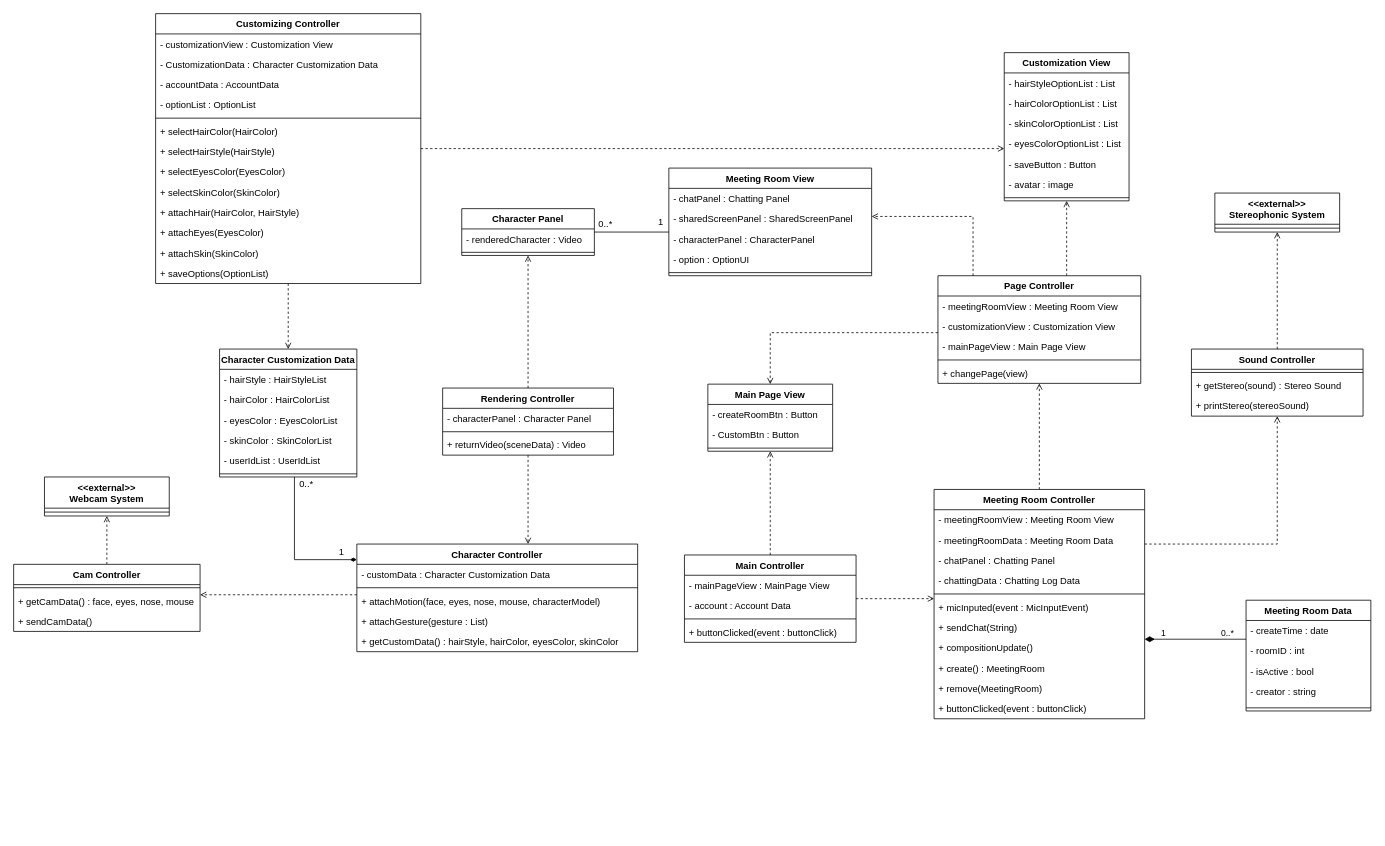
ONFFLine/Diagram keeps this draw.io diagram as Combined.drawio. Above is the earlier version. Source tidied: cells renumbered, new cells numbered last; positions are measured from the earlier drawing's top-left corner, leaving out a move shared by most shapes. Both pictures are drawn from the tidied source at 78%, with x=0, y=0 at pixel (13, 13).
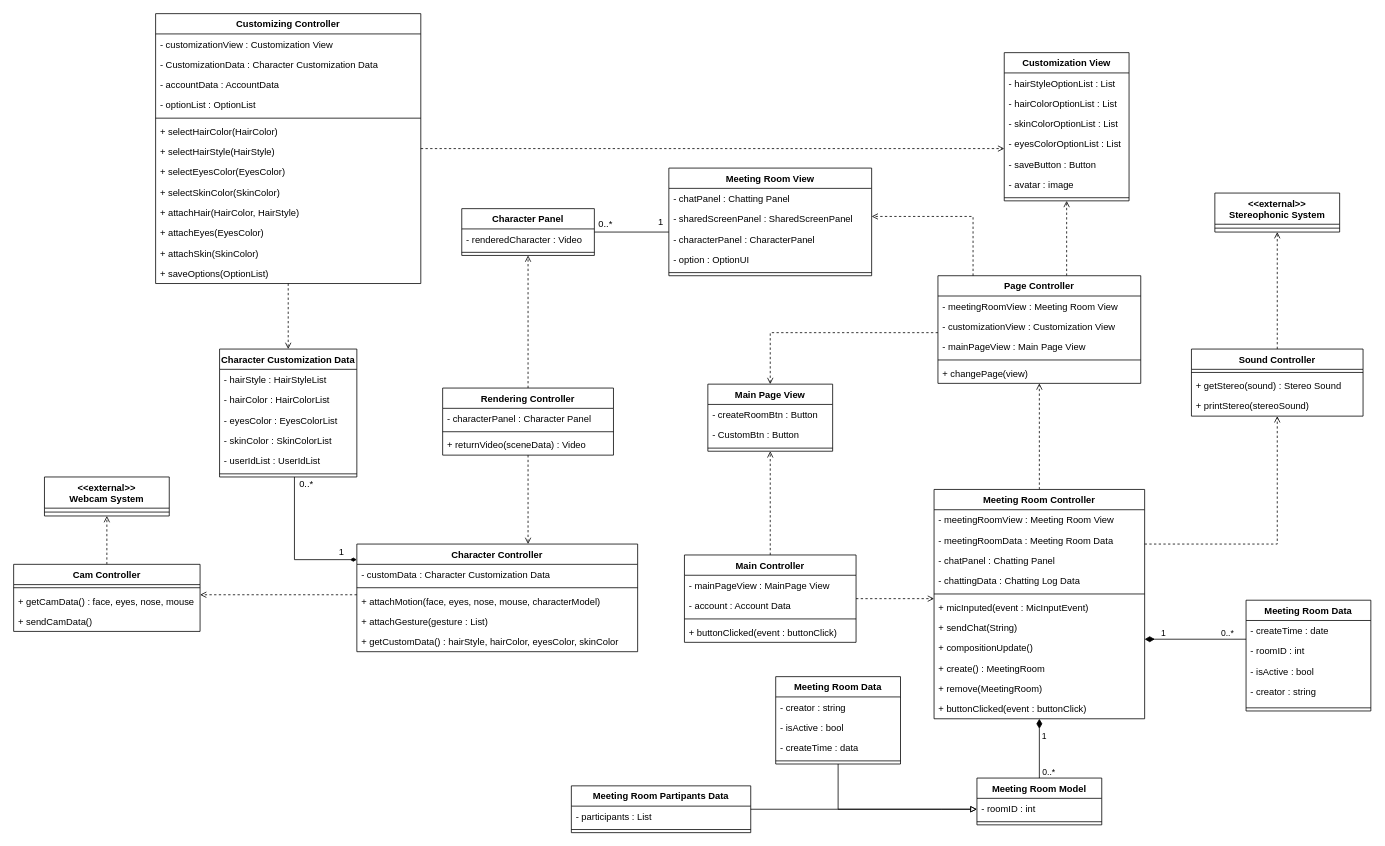
The same diagram, later.

The change refers to these unchanged cells:
```xml
<mxCell id="76" value="Meeting Room Controller" style="swimlane;fontStyle=1;align=center;verticalAlign=top;horizontal=1;startSize=26;" parent="1" vertex="1">
  <mxGeometry x="1180" y="610" width="270" height="294" as="geometry" />
</mxCell>
```

What changed in the source:
```diff
@@
+    <mxCell id="118" value="Meeting Room Model" style="swimlane;fontStyle=1;align=center;verticalAlign=top;horizontal=1;startSize=26;" parent="1" vertex="1">
+      <mxGeometry x="1235" y="980" width="160" height="60" as="geometry" />
+    </mxCell>
+    <mxCell id="119" value="- roomID : int" style="text;strokeColor=none;fillColor=none;align=left;verticalAlign=top;spacingLeft=4;spacingRight=4;overflow=hidden;" parent="118" vertex="1">
+      <mxGeometry y="26" width="160" height="26" as="geometry" />
+    </mxCell>
+    <mxCell id="120" style="line;strokeWidth=1;fillColor=none;align=left;verticalAlign=middle;spacingTop=-1;spacingLeft=3;spacingRight=3;labelPosition=right;" parent="118" vertex="1">
+      <mxGeometry y="52" width="160" height="8" as="geometry" />
+    </mxCell>
+    <mxCell id="121" style="edgeStyle=orthogonalEdgeStyle;rounded=0;jettySize=auto;html=1;endArrow=diamondThin;endFill=1;startSize=6;endSize=10;" parent="1" edge="1" source="118" target="76">
+      <mxGeometry relative="1" as="geometry" />
+    </mxCell>
+    <mxCell id="122" value="0..*" style="edgeLabel;html=1;align=center;verticalAlign=middle;" parent="121" vertex="1">
+      <mxGeometry x="-0.58" y="-4" relative="1" as="geometry">
+        <mxPoint x="7" y="7" as="offset" />
+      </mxGeometry>
+    </mxCell>
+    <mxCell id="123" value="1" style="edgeLabel;html=1;align=center;verticalAlign=middle;" parent="121" vertex="1">
+      <mxGeometry x="0.64" y="-2" relative="1" as="geometry">
+        <mxPoint x="3" y="7" as="offset" />
+      </mxGeometry>
+    </mxCell>
+    <mxCell id="124" style="edgeStyle=orthogonalEdgeStyle;rounded=0;jettySize=auto;html=1;endArrow=block;endFill=0;" parent="1" edge="1" source="125" target="118">
+      <mxGeometry relative="1" as="geometry">
+        <Array as="points">
+          <mxPoint x="1190" y="1020" />
+          <mxPoint x="1190" y="1020" />
+        </Array>
+      </mxGeometry>
+    </mxCell>
+    <mxCell id="125" value="Meeting Room Partipants Data" style="swimlane;fontStyle=1;align=center;verticalAlign=top;horizontal=1;startSize=26;" parent="1" vertex="1">
+      <mxGeometry x="715" y="990" width="230" height="60" as="geometry" />
+    </mxCell>
+    <mxCell id="126" value="- participants : List" style="text;strokeColor=none;fillColor=none;align=left;verticalAlign=top;spacingLeft=4;spacingRight=4;overflow=hidden;" parent="125" vertex="1">
+      <mxGeometry y="26" width="230" height="26" as="geometry" />
+    </mxCell>
+    <mxCell id="127" style="line;strokeWidth=1;fillColor=none;align=left;verticalAlign=middle;spacingTop=-1;spacingLeft=3;spacingRight=3;labelPosition=right;" parent="125" vertex="1">
+      <mxGeometry y="52" width="230" height="8" as="geometry" />
+    </mxCell>
+    <mxCell id="128" style="edgeStyle=orthogonalEdgeStyle;rounded=0;jettySize=auto;html=1;endArrow=block;endFill=0;" parent="1" edge="1" source="129" target="118">
+      <mxGeometry relative="1" as="geometry">
+        <Array as="points">
+          <mxPoint x="1057" y="1020" />
+        </Array>
+      </mxGeometry>
+    </mxCell>
+    <mxCell id="129" value="Meeting Room Data" style="swimlane;fontStyle=1;align=center;verticalAlign=top;horizontal=1;startSize=26;" parent="1" vertex="1">
+      <mxGeometry x="977" y="850" width="160" height="112" as="geometry" />
+    </mxCell>
+    <mxCell id="130" value="- creator : string " style="text;strokeColor=none;fillColor=none;align=left;verticalAlign=top;spacingLeft=4;spacingRight=4;overflow=hidden;" parent="129" vertex="1">
+      <mxGeometry y="26" width="160" height="26" as="geometry" />
+    </mxCell>
+    <mxCell id="131" value="- isActive : bool" style="text;strokeColor=none;fillColor=none;align=left;verticalAlign=top;spacingLeft=4;spacingRight=4;overflow=hidden;" parent="129" vertex="1">
+      <mxGeometry y="52" width="160" height="26" as="geometry" />
+    </mxCell>
+    <mxCell id="132" value="- createTime : data" style="text;strokeColor=none;fillColor=none;align=left;verticalAlign=top;spacingLeft=4;spacingRight=4;overflow=hidden;" parent="129" vertex="1">
+      <mxGeometry y="78" width="160" height="26" as="geometry" />
+    </mxCell>
+    <mxCell id="133" style="line;strokeWidth=1;fillColor=none;align=left;verticalAlign=middle;spacingTop=-1;spacingLeft=3;spacingRight=3;labelPosition=right;" parent="129" vertex="1">
+      <mxGeometry y="104" width="160" height="8" as="geometry" />
+    </mxCell>
```
